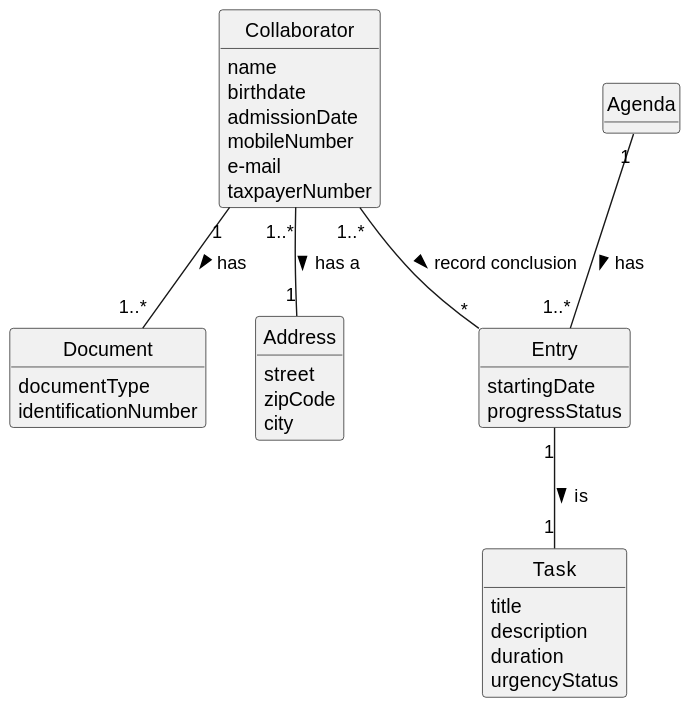
ricardomm7/leaflink keeps this PlantUML diagram as docs/sprintC/us029/02.analysis/svg/us029-domain-model.svg. Above is the earlier version.
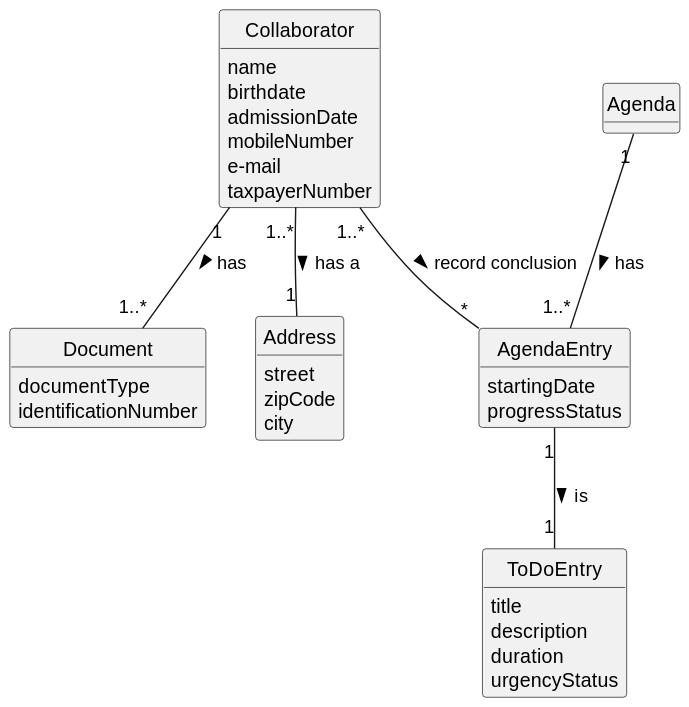
Later version of the same file.

Diff of the diagram source:
```diff
@@ -19,14 +19,14 @@
     taxpayerNumber
 }
 
-class Entry {
+class AgendaEntry {
     startingDate
     progressStatus
 
 }
 
 
-class Task {
+class ToDoEntry {
     title
     description
     duration
@@ -54,11 +54,11 @@
 
 
 
-Agenda "1" -- "1..*" Entry: has >
+Agenda "1" -- "1..*" AgendaEntry: has >
 
-Entry "1" -- "1" Task: is >
+AgendaEntry "1" -- "1" ToDoEntry: is >
 
-Collaborator "1..*" -- "*" Entry : record conclusion >
+Collaborator "1..*" -- "*" AgendaEntry : record conclusion >
 
 Collaborator "1" -- "1..*" Document : has >
 
```
